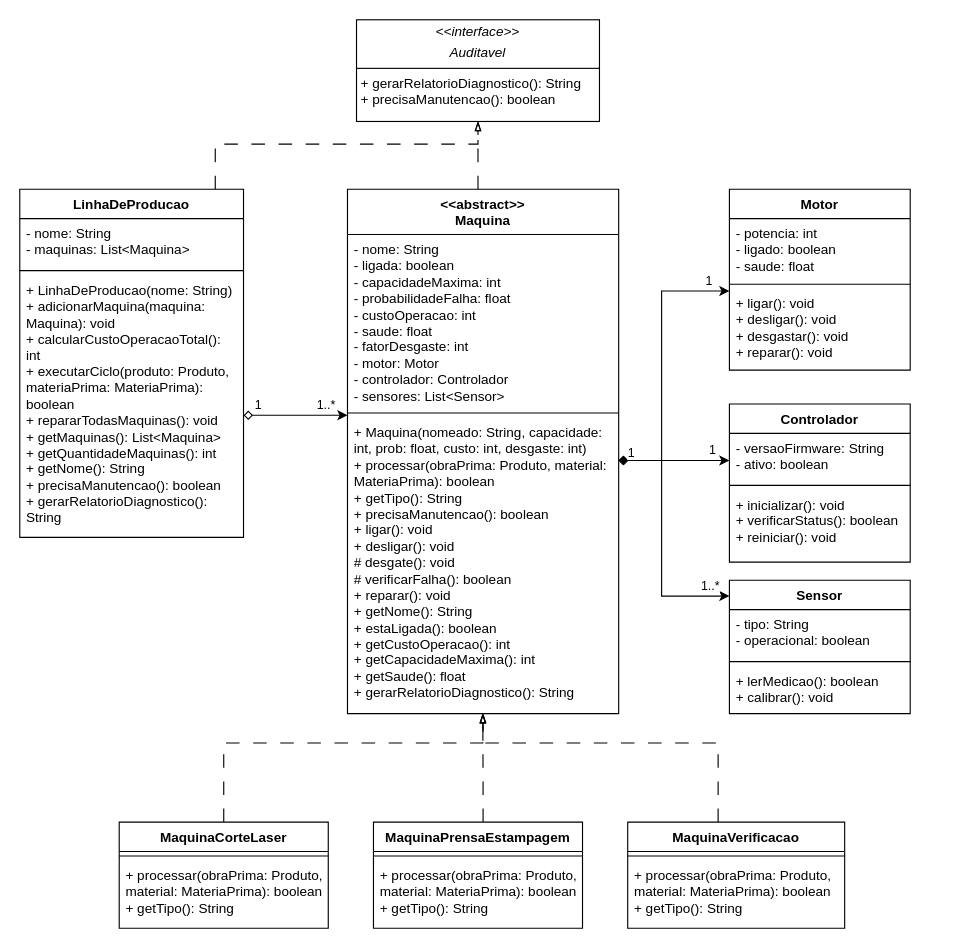
Above: DiagramaLatariaProducao.drawio in Guninja/MC322-testes (draw.io), before the change. Source tidied: cells renumbered, new cells numbered last; positions are measured from the earlier drawing's top-left corner, leaving out a move shared by most shapes. Both pictures are drawn from the tidied source at 113%, with x=0, y=0 at pixel (19, 19).
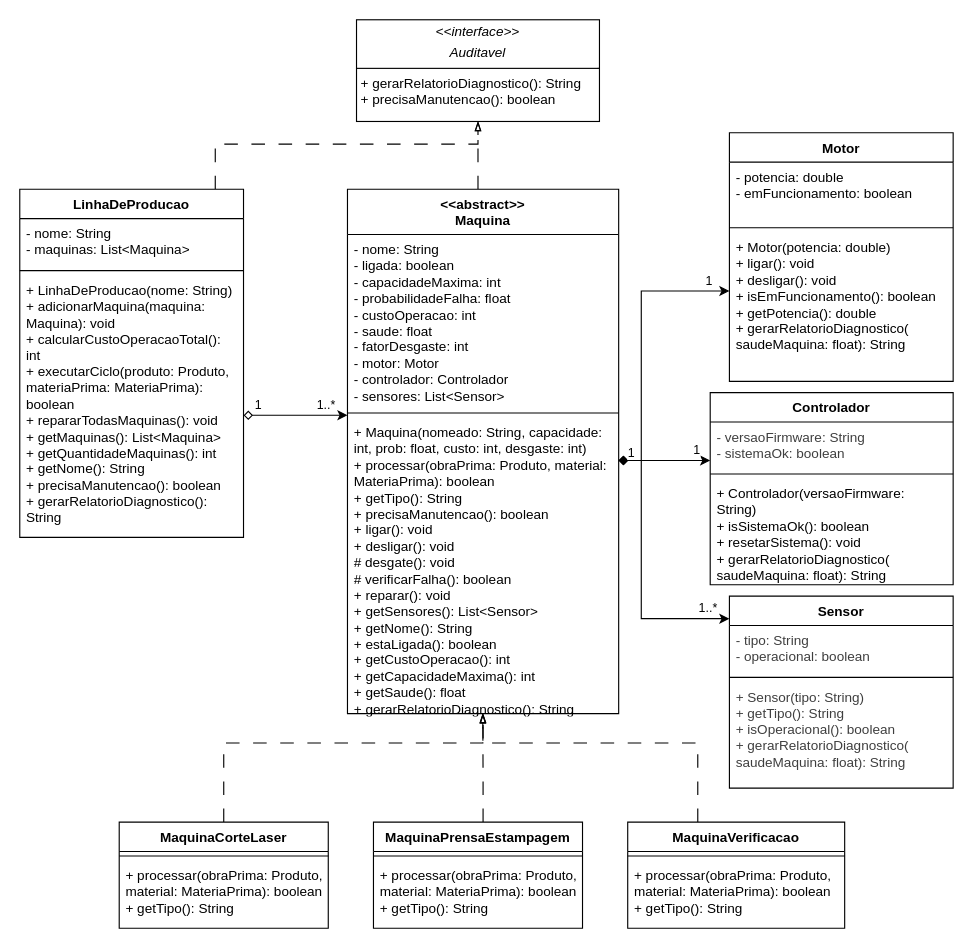
The same page after the edit.

Commit message (it also covers changes not shown here):
Ajuste diagrama e javadoc

Unchanged cells that the change refers to:
```xml
<mxCell id="16" value="&lt;div&gt;&amp;lt;&amp;lt;abstract&amp;gt;&amp;gt;&lt;/div&gt;&lt;div&gt;Maquina&lt;/div&gt;" style="swimlane;fontStyle=1;align=center;verticalAlign=top;horizontal=1;startSize=40;whiteSpace=wrap;html=1;" parent="1" vertex="1">
  <mxGeometry x="290" y="150" width="240" height="464" as="geometry" />
</mxCell>
<mxCell id="38" value="MaquinaVerificacao" style="swimlane;fontStyle=1;align=center;verticalAlign=top;horizontal=1;startSize=26;whiteSpace=wrap;html=1;" parent="1" vertex="1">
  <mxGeometry x="538" y="710" width="192" height="94" as="geometry" />
</mxCell>
```

Change to the diagram source:
```diff
@@
     <mxCell id="8" style="edgeStyle=orthogonalEdgeStyle;rounded=0;jettySize=auto;html=1;defaultLabelBackgroundColor=page;startArrow=diamond;startFill=1;" parent="1" edge="1" source="16" target="20">
       <mxGeometry x="0.09" relative="1" as="geometry">
         <Array as="points">
-          <mxPoint x="568" y="390" />
-          <mxPoint x="568" y="240" />
+          <mxPoint x="550" y="390" />
+          <mxPoint x="550" y="240" />
         </Array>
       </mxGeometry>
     </mxCell>
@@
     <mxCell id="12" style="edgeStyle=orthogonalEdgeStyle;rounded=0;jettySize=auto;html=1;defaultLabelBackgroundColor=page;startArrow=diamond;startFill=1;" parent="1" edge="1" source="16" target="24">
-      <mxGeometry x="0.22" relative="1" as="geometry">
+      <mxGeometry x="0.12" relative="1" as="geometry">
         <Array as="points">
-          <mxPoint x="568" y="390" />
-          <mxPoint x="568" y="510" />
+          <mxPoint x="550" y="390" />
+          <mxPoint x="550" y="530" />
         </Array>
       </mxGeometry>
     </mxCell>
     <mxCell id="13" value="1..*" style="edgeLabel;html=1;align=center;verticalAlign=middle;inheritText=1;defaultLabelBackgroundColor=page;" parent="12" vertex="1">
-      <mxGeometry x="0.88" y="1" relative="1" as="geometry">
+      <mxGeometry x="0.87" y="1" relative="1" as="geometry">
         <mxPoint x="-5" y="-9" as="offset" />
       </mxGeometry>
     </mxCell>
     <mxCell id="14" value="1" style="edgeLabel;html=1;align=center;verticalAlign=middle;inheritText=1;defaultLabelBackgroundColor=page;" parent="12" vertex="1">
-      <mxGeometry x="-0.87" y="2" relative="1" as="geometry">
+      <mxGeometry x="-0.88" y="2" relative="1" as="geometry">
         <mxPoint x="-4" y="-6" as="offset" />
       </mxGeometry>
     </mxCell>
@@
-    <mxCell id="19" value="&lt;div&gt;+ Maquina(nomeado: String, capacidade: int, prob: float, custo: int, desgaste: int)&lt;/div&gt;&lt;div&gt;+ processar(obraPrima: Produto, material: MateriaPrima): boolean&lt;/div&gt;&lt;div&gt;+ getTipo(): String&lt;/div&gt;&lt;div&gt;+ precisaManutencao(): boolean&lt;/div&gt;&lt;div&gt;+ ligar(): void&lt;/div&gt;&lt;div&gt;+ desligar(): void&lt;/div&gt;&lt;div&gt;# desgate(): void&lt;/div&gt;&lt;div&gt;# verificarFalha(): boolean&lt;/div&gt;&lt;div&gt;+ reparar(): void&lt;/div&gt;&lt;div&gt;+ getNome(): String&lt;/div&gt;&lt;div&gt;+ estaLigada(): boolean&lt;/div&gt;&lt;div&gt;+ getCustoOperacao(): int&lt;/div&gt;&lt;div&gt;+ getCapacidadeMaxima(): int&lt;/div&gt;&lt;div&gt;+ getSaude(): float&lt;/div&gt;&lt;div&gt;+ gerarRelatorioDiagnostico(): String&lt;/div&gt;" style="text;strokeColor=none;fillColor=none;align=left;verticalAlign=top;spacingLeft=4;spacingRight=4;overflow=hidden;points=[[0,0.5],[1,0.5]];portConstraint=eastwest;whiteSpace=wrap;html=1;" parent="16" vertex="1">
+    <mxCell id="19" value="&lt;div&gt;+ Maquina(nomeado: String, capacidade: int, prob: float, custo: int, desgaste: int)&lt;/div&gt;&lt;div&gt;+ processar(obraPrima: Produto, material: MateriaPrima): boolean&lt;/div&gt;&lt;div&gt;+ getTipo(): String&lt;/div&gt;&lt;div&gt;+ precisaManutencao(): boolean&lt;/div&gt;&lt;div&gt;+ ligar(): void&lt;/div&gt;&lt;div&gt;+ desligar(): void&lt;/div&gt;&lt;div&gt;# desgate(): void&lt;/div&gt;&lt;div&gt;# verificarFalha(): boolean&lt;/div&gt;&lt;div&gt;+ reparar(): void&lt;br&gt;+ getSensores(): List&amp;lt;Sensor&amp;gt;&lt;/div&gt;&lt;div&gt;+ getNome(): String&lt;/div&gt;&lt;div&gt;+ estaLigada(): boolean&lt;/div&gt;&lt;div&gt;+ getCustoOperacao(): int&lt;/div&gt;&lt;div&gt;+ getCapacidadeMaxima(): int&lt;/div&gt;&lt;div&gt;+ getSaude(): float&lt;/div&gt;&lt;div&gt;+ gerarRelatorioDiagnostico(): String&lt;/div&gt;" style="text;strokeColor=none;fillColor=none;align=left;verticalAlign=top;spacingLeft=4;spacingRight=4;overflow=hidden;points=[[0,0.5],[1,0.5]];portConstraint=eastwest;whiteSpace=wrap;html=1;" parent="16" vertex="1">
       <mxGeometry y="202" width="240" height="262" as="geometry" />
     </mxCell>
     <mxCell id="20" value="Motor" style="swimlane;fontStyle=1;align=center;verticalAlign=top;horizontal=1;startSize=26;whiteSpace=wrap;html=1;" parent="1" vertex="1">
-      <mxGeometry x="628" y="150" width="160" height="160" as="geometry" />
+      <mxGeometry x="628" y="100" width="198" height="220" as="geometry" />
     </mxCell>
-    <mxCell id="21" value="- potencia: int&lt;div&gt;- ligado: boolean&lt;/div&gt;&lt;div&gt;- saude: float&lt;/div&gt;" style="text;strokeColor=none;fillColor=none;align=left;verticalAlign=top;spacingLeft=4;spacingRight=4;overflow=hidden;whiteSpace=wrap;html=1;" parent="20" vertex="1">
-      <mxGeometry y="26" width="160" height="54" as="geometry" />
+    <mxCell id="21" value="- potencia: double&lt;div&gt;- emFuncionamento: boolean&lt;/div&gt;" style="text;strokeColor=none;fillColor=none;align=left;verticalAlign=top;spacingLeft=4;spacingRight=4;overflow=hidden;whiteSpace=wrap;html=1;" parent="20" vertex="1">
+      <mxGeometry y="26" width="198" height="54" as="geometry" />
     </mxCell>
     <mxCell id="22" style="line;strokeWidth=1;fillColor=none;align=left;verticalAlign=middle;spacingTop=-1;spacingLeft=3;spacingRight=3;labelPosition=right;strokeColor=inherit;labelPerimeter=1;" parent="20" vertex="1">
-      <mxGeometry y="80" width="160" height="8" as="geometry" />
+      <mxGeometry y="80" width="198" height="8" as="geometry" />
     </mxCell>
-    <mxCell id="23" value="+ ligar(): void&lt;div&gt;+ desligar(): void&lt;/div&gt;&lt;div&gt;+ desgastar(): void&lt;/div&gt;&lt;div&gt;+ reparar(): void&lt;/div&gt;" style="text;strokeColor=none;fillColor=none;align=left;verticalAlign=top;spacingLeft=4;spacingRight=4;overflow=hidden;whiteSpace=wrap;html=1;" parent="20" vertex="1">
-      <mxGeometry y="88" width="160" height="72" as="geometry" />
+    <mxCell id="23" value="&lt;div&gt;&lt;font color=&quot;#000000&quot;&gt;+ Motor(potencia: double)&lt;/font&gt;&lt;/div&gt;&lt;div&gt;+ ligar(): void&lt;/div&gt;&lt;div&gt;+ desligar(): void&lt;/div&gt;&lt;div&gt;+ isEmFuncionamento(): boolean&lt;/div&gt;&lt;div&gt;+ getPotencia(): double&lt;/div&gt;&lt;div&gt;+ gerarRelatorioDiagnostico(&lt;/div&gt;&lt;div&gt;saudeMaquina: float): String&lt;/div&gt;" style="text;strokeColor=none;fillColor=none;align=left;verticalAlign=top;spacingLeft=4;spacingRight=4;overflow=hidden;whiteSpace=wrap;html=1;" parent="20" vertex="1">
+      <mxGeometry y="88" width="198" height="132" as="geometry" />
     </mxCell>
     <mxCell id="24" value="Sensor" style="swimlane;fontStyle=1;align=center;verticalAlign=top;horizontal=1;startSize=26;whiteSpace=wrap;html=1;" parent="1" vertex="1">
-      <mxGeometry x="628" y="496" width="160" height="118" as="geometry" />
+      <mxGeometry x="628" y="510" width="198" height="170" as="geometry" />
     </mxCell>
-    <mxCell id="25" value="- tipo: String&lt;div&gt;- operacional: boolean&lt;/div&gt;" style="text;strokeColor=none;fillColor=none;align=left;verticalAlign=top;spacingLeft=4;spacingRight=4;overflow=hidden;whiteSpace=wrap;html=1;" parent="24" vertex="1">
-      <mxGeometry y="26" width="160" height="42" as="geometry" />
+    <mxCell id="25" value="&lt;div style=&quot;color: rgb(63, 63, 63); scrollbar-color: rgba(90, 99, 120, 0.4) rgb(13, 16, 23);&quot;&gt;&lt;font style=&quot;scrollbar-color: rgba(90, 99, 120, 0.4) rgb(13, 16, 23);&quot;&gt;- tipo: String&lt;/font&gt;&lt;/div&gt;&lt;div style=&quot;color: rgb(63, 63, 63); scrollbar-color: rgba(90, 99, 120, 0.4) rgb(13, 16, 23);&quot;&gt;&lt;font style=&quot;scrollbar-color: rgba(90, 99, 120, 0.4) rgb(13, 16, 23);&quot;&gt;- operacional: boolean&lt;/font&gt;&lt;/div&gt;" style="text;strokeColor=none;fillColor=none;align=left;verticalAlign=top;spacingLeft=4;spacingRight=4;overflow=hidden;whiteSpace=wrap;html=1;" parent="24" vertex="1">
+      <mxGeometry y="26" width="198" height="42" as="geometry" />
     </mxCell>
     <mxCell id="26" style="line;strokeWidth=1;fillColor=none;align=left;verticalAlign=middle;spacingTop=-1;spacingLeft=3;spacingRight=3;labelPosition=right;strokeColor=inherit;labelPerimeter=1;" parent="24" vertex="1">
-      <mxGeometry y="68" width="160" height="8" as="geometry" />
+      <mxGeometry y="68" width="198" height="8" as="geometry" />
     </mxCell>
-    <mxCell id="27" value="+ lerMedicao(): boolean&lt;div&gt;+ calibrar(): void&lt;/div&gt;" style="text;strokeColor=none;fillColor=none;align=left;verticalAlign=top;spacingLeft=4;spacingRight=4;overflow=hidden;whiteSpace=wrap;html=1;" parent="24" vertex="1">
-      <mxGeometry y="76" width="160" height="42" as="geometry" />
+    <mxCell id="27" value="&lt;div style=&quot;color: rgb(63, 63, 63); scrollbar-color: rgba(90, 99, 120, 0.4) rgb(13, 16, 23);&quot;&gt;&lt;font style=&quot;scrollbar-color: rgba(90, 99, 120, 0.4) rgb(13, 16, 23);&quot;&gt;+ Sensor(tipo: String)&lt;/font&gt;&lt;/div&gt;&lt;div style=&quot;color: rgb(63, 63, 63); scrollbar-color: rgba(90, 99, 120, 0.4) rgb(13, 16, 23);&quot;&gt;&lt;font style=&quot;scrollbar-color: rgba(90, 99, 120, 0.4) rgb(13, 16, 23);&quot;&gt;+ getTipo(): String&lt;/font&gt;&lt;/div&gt;&lt;div style=&quot;color: rgb(63, 63, 63); scrollbar-color: rgba(90, 99, 120, 0.4) rgb(13, 16, 23);&quot;&gt;&lt;font style=&quot;scrollbar-color: rgba(90, 99, 120, 0.4) rgb(13, 16, 23);&quot;&gt;+ isOperacional(): boolean&lt;/font&gt;&lt;/div&gt;&lt;div style=&quot;color: rgb(63, 63, 63); scrollbar-color: rgba(90, 99, 120, 0.4) rgb(13, 16, 23);&quot;&gt;&lt;font style=&quot;scrollbar-color: rgba(90, 99, 120, 0.4) rgb(13, 16, 23);&quot;&gt;+ gerarRelatorioDiagnostico(&lt;br style=&quot;color: rgb(63, 63, 63); scrollbar-color: rgba(90, 99, 120, 0.4) rgb(13, 16, 23);&quot;&gt;saudeMaquina: float): String&lt;/font&gt;&lt;/div&gt;" style="text;strokeColor=none;fillColor=none;align=left;verticalAlign=top;spacingLeft=4;spacingRight=4;overflow=hidden;whiteSpace=wrap;html=1;" parent="24" vertex="1">
+      <mxGeometry y="76" width="198" height="94" as="geometry" />
     </mxCell>
     <mxCell id="28" value="Controlador" style="swimlane;fontStyle=1;align=center;verticalAlign=top;horizontal=1;startSize=26;whiteSpace=wrap;html=1;" parent="1" vertex="1">
-      <mxGeometry x="628" y="340" width="160" height="140" as="geometry" />
+      <mxGeometry x="611" y="330" width="215" height="170" as="geometry" />
     </mxCell>
-    <mxCell id="29" value="- versaoFirmware: String&lt;div&gt;- ativo: boolean&lt;/div&gt;" style="text;strokeColor=none;fillColor=none;align=left;verticalAlign=top;spacingLeft=4;spacingRight=4;overflow=hidden;whiteSpace=wrap;html=1;" parent="28" vertex="1">
-      <mxGeometry y="26" width="160" height="42" as="geometry" />
+    <mxCell id="29" value="&lt;div style=&quot;color: rgb(63, 63, 63); scrollbar-color: rgba(90, 99, 120, 0.4) rgb(13, 16, 23);&quot;&gt;&lt;font style=&quot;scrollbar-color: rgba(90, 99, 120, 0.4) rgb(13, 16, 23);&quot;&gt;- versaoFirmware: String&lt;/font&gt;&lt;/div&gt;&lt;div style=&quot;color: rgb(63, 63, 63); scrollbar-color: rgba(90, 99, 120, 0.4) rgb(13, 16, 23);&quot;&gt;&lt;font style=&quot;scrollbar-color: rgba(90, 99, 120, 0.4) rgb(13, 16, 23);&quot;&gt;- sistemaOk: boolean&lt;/font&gt;&lt;/div&gt;" style="text;strokeColor=none;fillColor=none;align=left;verticalAlign=top;spacingLeft=4;spacingRight=4;overflow=hidden;whiteSpace=wrap;html=1;" parent="28" vertex="1">
+      <mxGeometry y="26" width="215" height="42" as="geometry" />
     </mxCell>
     <mxCell id="30" style="line;strokeWidth=1;fillColor=none;align=left;verticalAlign=middle;spacingTop=-1;spacingLeft=3;spacingRight=3;labelPosition=right;strokeColor=inherit;labelPerimeter=1;" parent="28" vertex="1">
-      <mxGeometry y="68" width="160" height="8" as="geometry" />
+      <mxGeometry y="68" width="215" height="8" as="geometry" />
     </mxCell>
-    <mxCell id="31" value="+ inicializar(): void&lt;div&gt;+ verificarStatus(): boolean&lt;/div&gt;&lt;div&gt;+ reiniciar(): void&lt;/div&gt;" style="text;strokeColor=none;fillColor=none;align=left;verticalAlign=top;spacingLeft=4;spacingRight=4;overflow=hidden;whiteSpace=wrap;html=1;" parent="28" vertex="1">
-      <mxGeometry y="76" width="160" height="64" as="geometry" />
+    <mxCell id="31" value="&lt;div&gt;&lt;font color=&quot;#000000&quot;&gt;+ Controlador(versaoFirmware: String)&lt;/font&gt;&lt;/div&gt;&lt;div&gt;&lt;font color=&quot;#000000&quot;&gt;+ isSistemaOk(): boolean&lt;/font&gt;&lt;/div&gt;&lt;div&gt;&lt;font color=&quot;#000000&quot;&gt;+ resetarSistema(): void&lt;/font&gt;&lt;/div&gt;&lt;div&gt;&lt;font color=&quot;#000000&quot;&gt;+ gerarRelatorioDiagnostico(&lt;br&gt;saudeMaquina: float): String&lt;/font&gt;&lt;/div&gt;" style="text;strokeColor=none;fillColor=none;align=left;verticalAlign=top;spacingLeft=4;spacingRight=4;overflow=hidden;whiteSpace=wrap;html=1;" parent="28" vertex="1">
+      <mxGeometry y="76" width="215" height="94" as="geometry" />
     </mxCell>
@@
     <mxCell id="43" style="edgeStyle=orthogonalEdgeStyle;rounded=0;jettySize=auto;html=1;defaultLabelBackgroundColor=page;dashed=1;dashPattern=12 12;endArrow=blockThin;endFill=0;" parent="1" edge="1" source="38">
-      <mxGeometry x="0.03" relative="1" as="geometry">
+      <mxGeometry x="-0.03" relative="1" as="geometry">
         <mxPoint x="410" y="614" as="targetPoint" />
         <Array as="points">
-          <mxPoint x="618" y="640" />
+          <mxPoint x="600" y="640" />
           <mxPoint x="410" y="640" />
         </Array>
       </mxGeometry>
     </mxCell>
```
